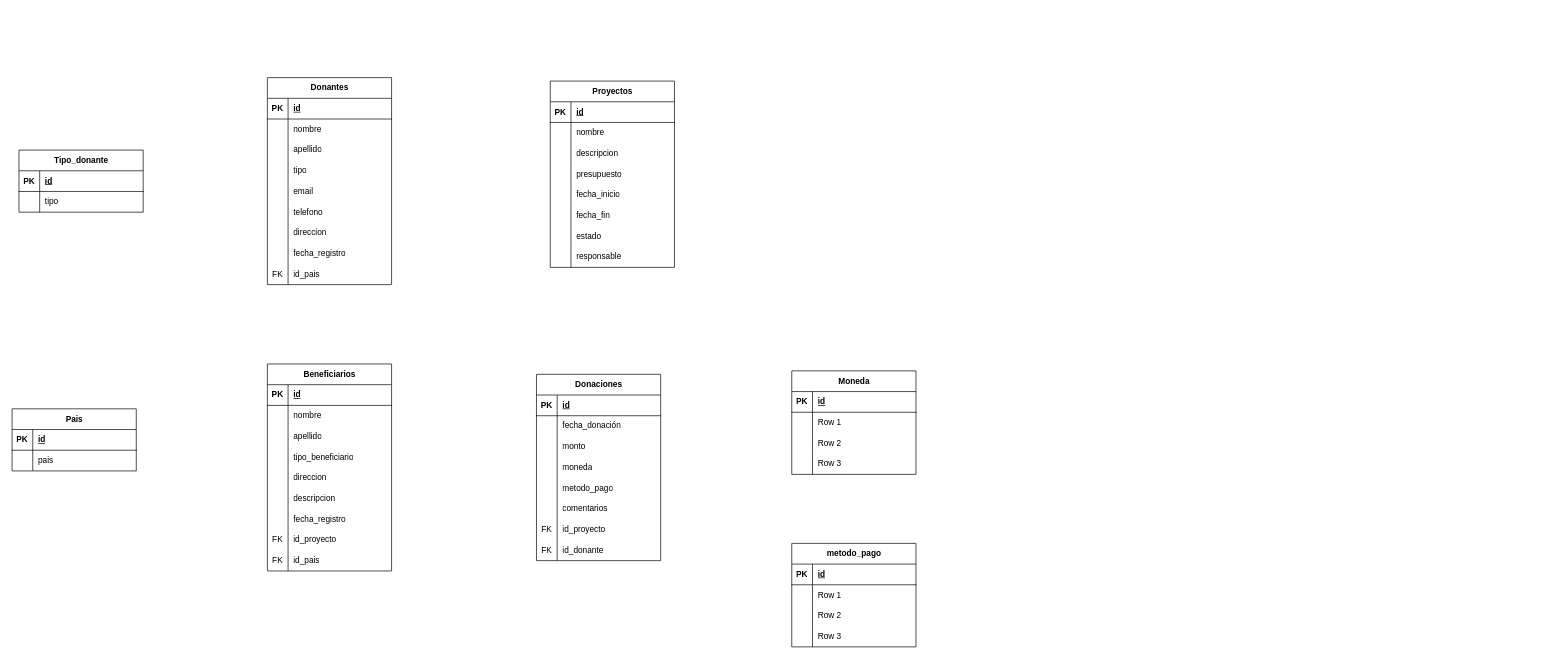
The draw.io diagram ONG .drawio in lmartinez32/Uml-diagrams, before the edit. Source tidied: cells renumbered, new cells numbered last; positions are measured from the earlier drawing's top-left corner, leaving out a move shared by most shapes. Both pictures are drawn from the tidied source at 69%, with x=0, y=0 at pixel (12, 77).
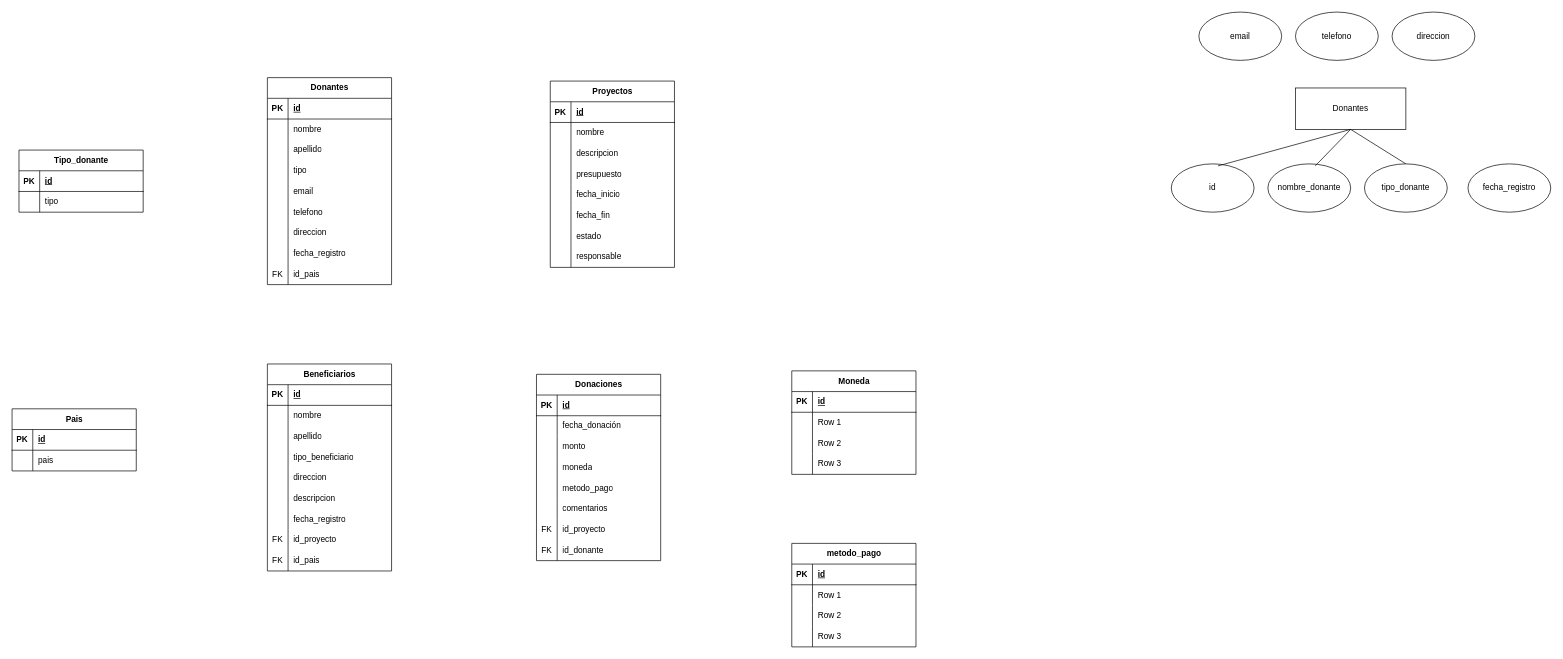
The same page after the edit.

Commit message:
Actualizar ONG22 .drawio

The edit, as a diff of the source:
```diff
@@
+    <mxCell id="148" style="rounded=0;jettySize=auto;html=1;exitX=0.5;exitY=1;exitDx=0;exitDy=0;entryX=0.5;entryY=0;entryDx=0;entryDy=0;endArrow=none;endFill=0;" parent="1" edge="1" source="149" target="152">
+      <mxGeometry relative="1" as="geometry" />
+    </mxCell>
+    <mxCell id="149" value="Donantes" style="rounded=0;whiteSpace=wrap;html=1;" parent="1" vertex="1">
+      <mxGeometry x="1860" y="15" width="160" height="60" as="geometry" />
+    </mxCell>
+    <mxCell id="150" value="id" style="ellipse;whiteSpace=wrap;html=1;" parent="1" vertex="1">
+      <mxGeometry x="1680" y="125" width="120" height="70" as="geometry" />
+    </mxCell>
+    <mxCell id="151" value="nombre_donante" style="ellipse;whiteSpace=wrap;html=1;" parent="1" vertex="1">
+      <mxGeometry x="1820" y="125" width="120" height="70" as="geometry" />
+    </mxCell>
+    <mxCell id="152" value="tipo_donante" style="ellipse;whiteSpace=wrap;html=1;" parent="1" vertex="1">
+      <mxGeometry x="1960" y="125" width="120" height="70" as="geometry" />
+    </mxCell>
+    <mxCell id="153" value="email" style="ellipse;whiteSpace=wrap;html=1;" parent="1" vertex="1">
+      <mxGeometry x="1720" y="-95" width="120" height="70" as="geometry" />
+    </mxCell>
+    <mxCell id="154" value="telefono" style="ellipse;whiteSpace=wrap;html=1;" parent="1" vertex="1">
+      <mxGeometry x="1860" y="-95" width="120" height="70" as="geometry" />
+    </mxCell>
+    <mxCell id="155" value="direccion" style="ellipse;whiteSpace=wrap;html=1;" parent="1" vertex="1">
+      <mxGeometry x="2000" y="-95" width="120" height="70" as="geometry" />
+    </mxCell>
+    <mxCell id="156" value="fecha_registro" style="ellipse;whiteSpace=wrap;html=1;" parent="1" vertex="1">
+      <mxGeometry x="2110" y="125" width="120" height="70" as="geometry" />
+    </mxCell>
+    <mxCell id="157" style="rounded=0;jettySize=auto;html=1;exitX=0.5;exitY=1;exitDx=0;exitDy=0;entryX=0.565;entryY=0.042;entryDx=0;entryDy=0;entryPerimeter=0;startArrow=none;startFill=0;endArrow=none;endFill=0;" parent="1" edge="1" source="149" target="150">
+      <mxGeometry relative="1" as="geometry" />
+    </mxCell>
+    <mxCell id="158" style="rounded=0;jettySize=auto;html=1;exitX=0.5;exitY=1;exitDx=0;exitDy=0;entryX=0.572;entryY=0.042;entryDx=0;entryDy=0;entryPerimeter=0;endArrow=none;endFill=0;" parent="1" edge="1" source="149" target="151">
+      <mxGeometry relative="1" as="geometry" />
+    </mxCell>
```
